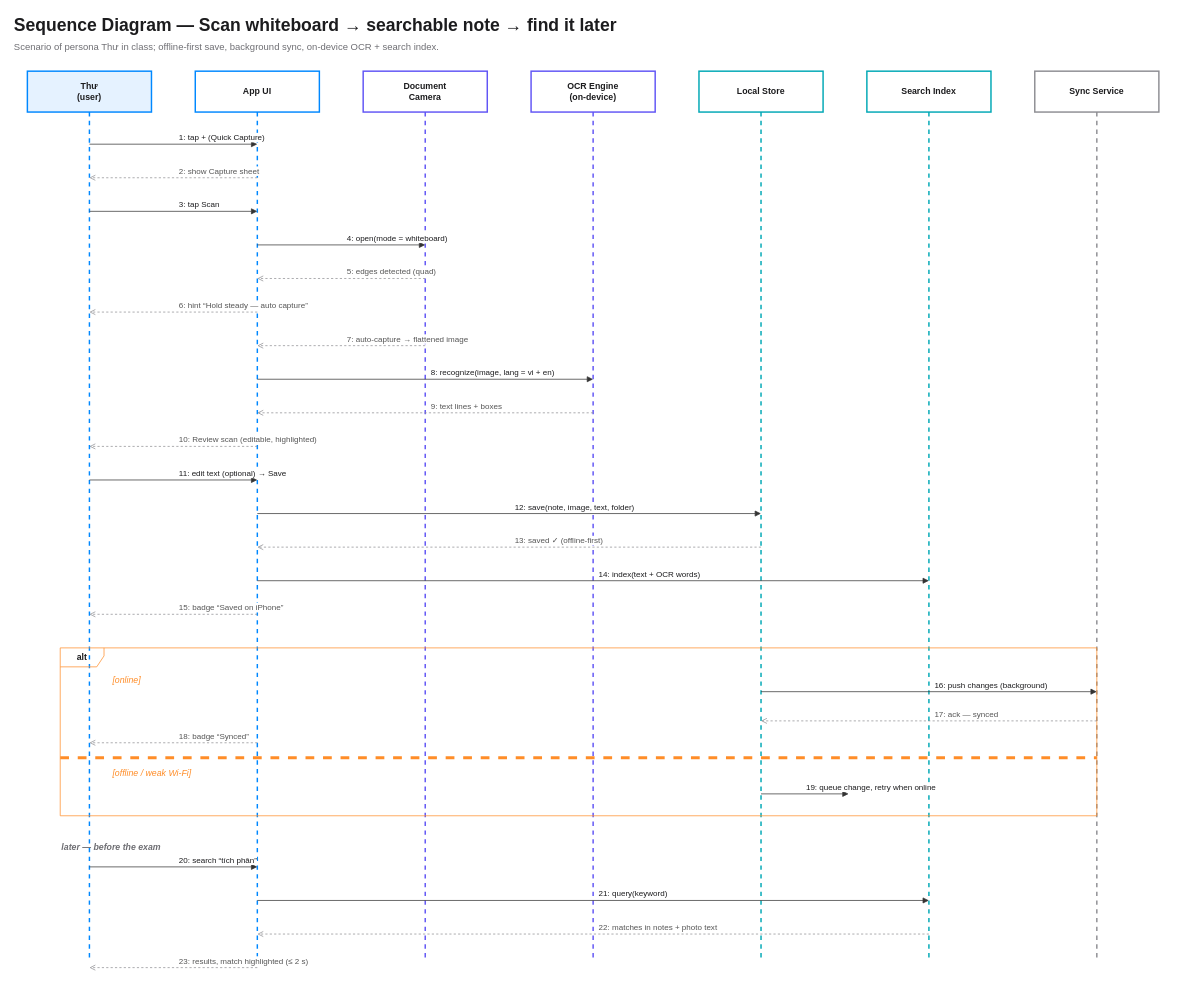
AkioCkist/hci keeps this draw.io diagram as page "2. Sequence" (2 of 9) of Opportunities-HCI-diagrams.drawio. Above is the earlier version. Source tidied: cells renumbered, new cells numbered last; positions are measured from the earlier drawing's top-left corner, leaving out a move shared by most shapes. Both pictures are drawn from the tidied source at 73%, with x=0, y=0 at pixel (12, 12).
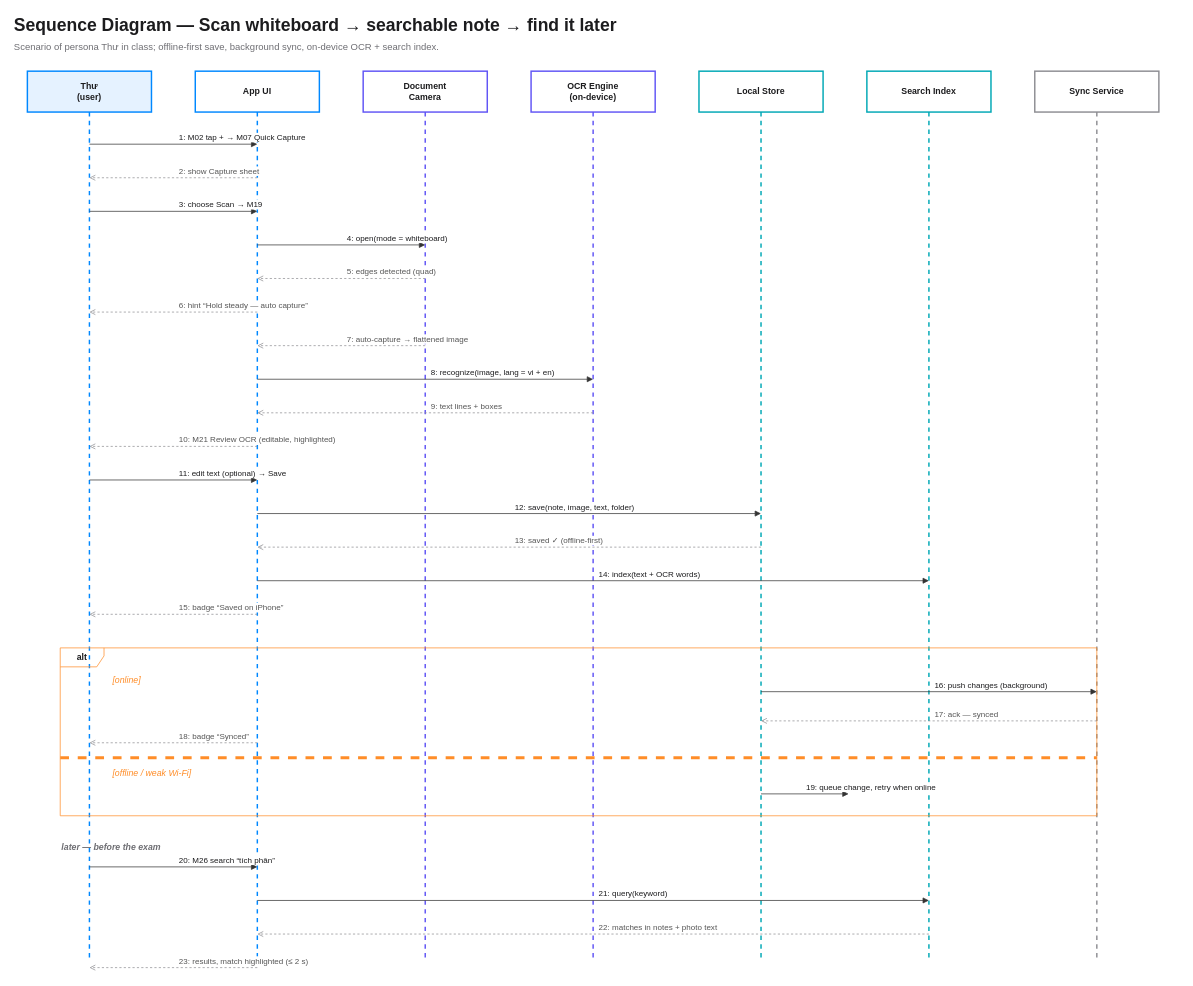
The same page after the edit.

Diff of the diagram source:
```diff
@@
-    <mxCell id="11" value="1: tap + (Quick Capture)" style="html=1;whiteSpace=nowrap;fontFamily=Helvetica;fontColor=#1C1C1E;fontSize=11;labelBackgroundColor=#FFFFFF;endArrow=block;endFill=1;strokeColor=#333333;align=left;verticalAlign=bottom;spacingLeft=6;" parent="1" edge="1">
+    <mxCell id="11" value="1: M02 tap + → M07 Quick Capture" style="html=1;whiteSpace=nowrap;fontFamily=Helvetica;fontColor=#1C1C1E;fontSize=11;labelBackgroundColor=#FFFFFF;endArrow=block;endFill=1;strokeColor=#333333;align=left;verticalAlign=bottom;spacingLeft=6;" parent="1" edge="1">
       <mxGeometry relative="1" as="geometry">
         <mxPoint x="105" y="180" as="sourcePoint" />
         <mxPoint x="335" y="180" as="targetPoint" />
       </mxGeometry>
     </mxCell>
@@
-    <mxCell id="13" value="3: tap Scan" style="html=1;whiteSpace=nowrap;fontFamily=Helvetica;fontColor=#1C1C1E;fontSize=11;labelBackgroundColor=#FFFFFF;endArrow=block;endFill=1;strokeColor=#333333;align=left;verticalAlign=bottom;spacingLeft=6;" parent="1" edge="1">
+    <mxCell id="13" value="3: choose Scan → M19" style="html=1;whiteSpace=nowrap;fontFamily=Helvetica;fontColor=#1C1C1E;fontSize=11;labelBackgroundColor=#FFFFFF;endArrow=block;endFill=1;strokeColor=#333333;align=left;verticalAlign=bottom;spacingLeft=6;" parent="1" edge="1">
       <mxGeometry relative="1" as="geometry">
         <mxPoint x="105" y="272" as="sourcePoint" />
         <mxPoint x="335" y="272" as="targetPoint" />
       </mxGeometry>
     </mxCell>
@@
-    <mxCell id="20" value="10: Review scan (editable, highlighted)" style="html=1;whiteSpace=nowrap;fontFamily=Helvetica;fontColor=#1C1C1E;fontSize=11;labelBackgroundColor=#FFFFFF;endArrow=open;endFill=0;dashed=1;strokeColor=#8E8E93;fontColor=#555555;align=left;verticalAlign=bottom;spacingLeft=6;" parent="1" edge="1">
+    <mxCell id="20" value="10: M21 Review OCR (editable, highlighted)" style="html=1;whiteSpace=nowrap;fontFamily=Helvetica;fontColor=#1C1C1E;fontSize=11;labelBackgroundColor=#FFFFFF;endArrow=open;endFill=0;dashed=1;strokeColor=#8E8E93;fontColor=#555555;align=left;verticalAlign=bottom;spacingLeft=6;" parent="1" edge="1">
       <mxGeometry relative="1" as="geometry">
         <mxPoint x="335" y="594" as="sourcePoint" />
         <mxPoint x="105" y="594" as="targetPoint" />
       </mxGeometry>
     </mxCell>
@@
-    <mxCell id="35" value="20: search “tích phân”" style="html=1;whiteSpace=nowrap;fontFamily=Helvetica;fontColor=#1C1C1E;fontSize=11;labelBackgroundColor=#FFFFFF;endArrow=block;endFill=1;strokeColor=#333333;align=left;verticalAlign=bottom;spacingLeft=6;" parent="1" edge="1">
+    <mxCell id="35" value="20: M26 search “tích phân”" style="html=1;whiteSpace=nowrap;fontFamily=Helvetica;fontColor=#1C1C1E;fontSize=11;labelBackgroundColor=#FFFFFF;endArrow=block;endFill=1;strokeColor=#333333;align=left;verticalAlign=bottom;spacingLeft=6;" parent="1" edge="1">
       <mxGeometry relative="1" as="geometry">
         <mxPoint x="105" y="1170" as="sourcePoint" />
         <mxPoint x="335" y="1170" as="targetPoint" />
       </mxGeometry>
     </mxCell>
```
